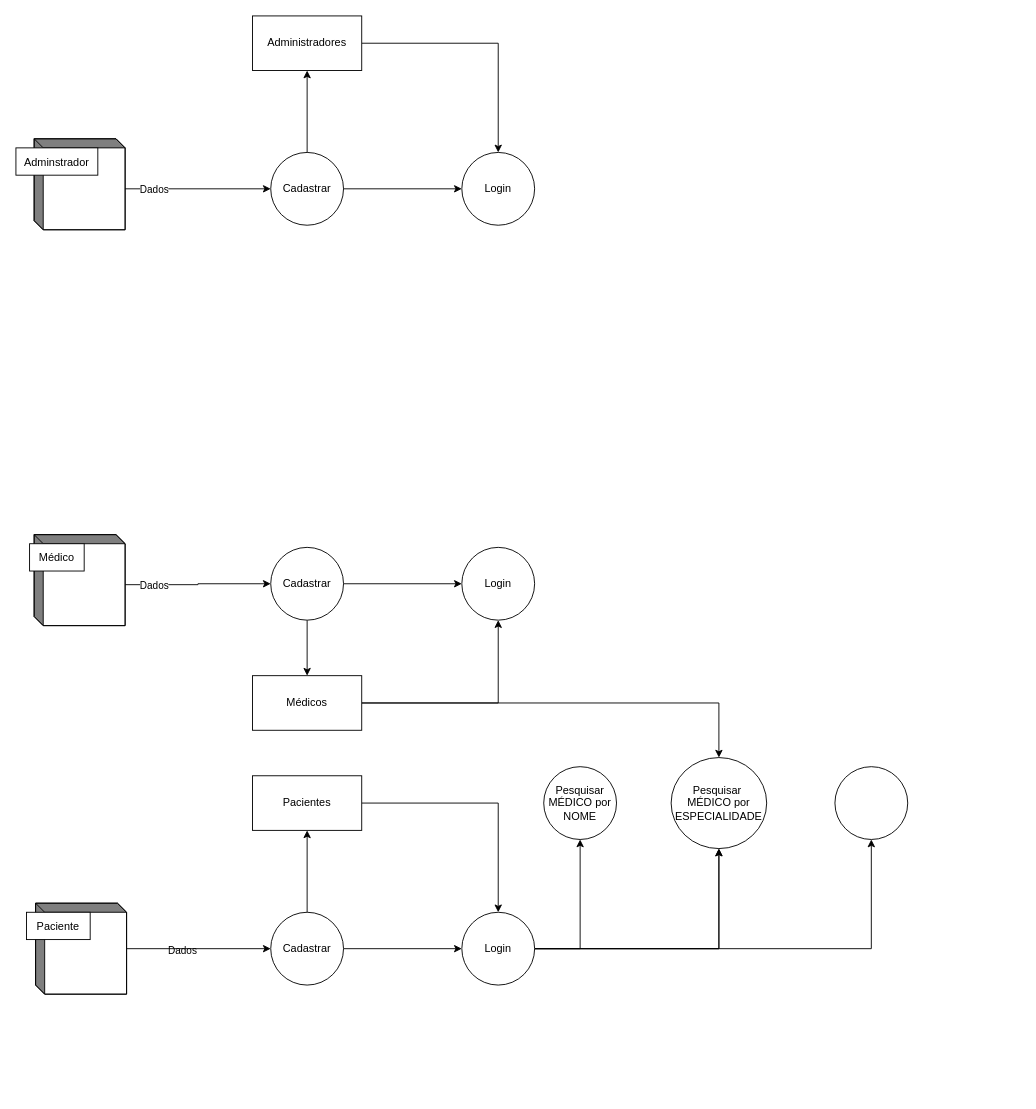
Desperate2Grow/Diagrams keeps this draw.io diagram as DFD – Sistema de Agendamento de Consultas.drawio. Above is the earlier version. Source tidied: cells renumbered, new cells numbered last; positions are measured from the earlier drawing's top-left corner, leaving out a move shared by most shapes. Both pictures are drawn from the tidied source at 91%, with x=0, y=0 at pixel (34, 15).
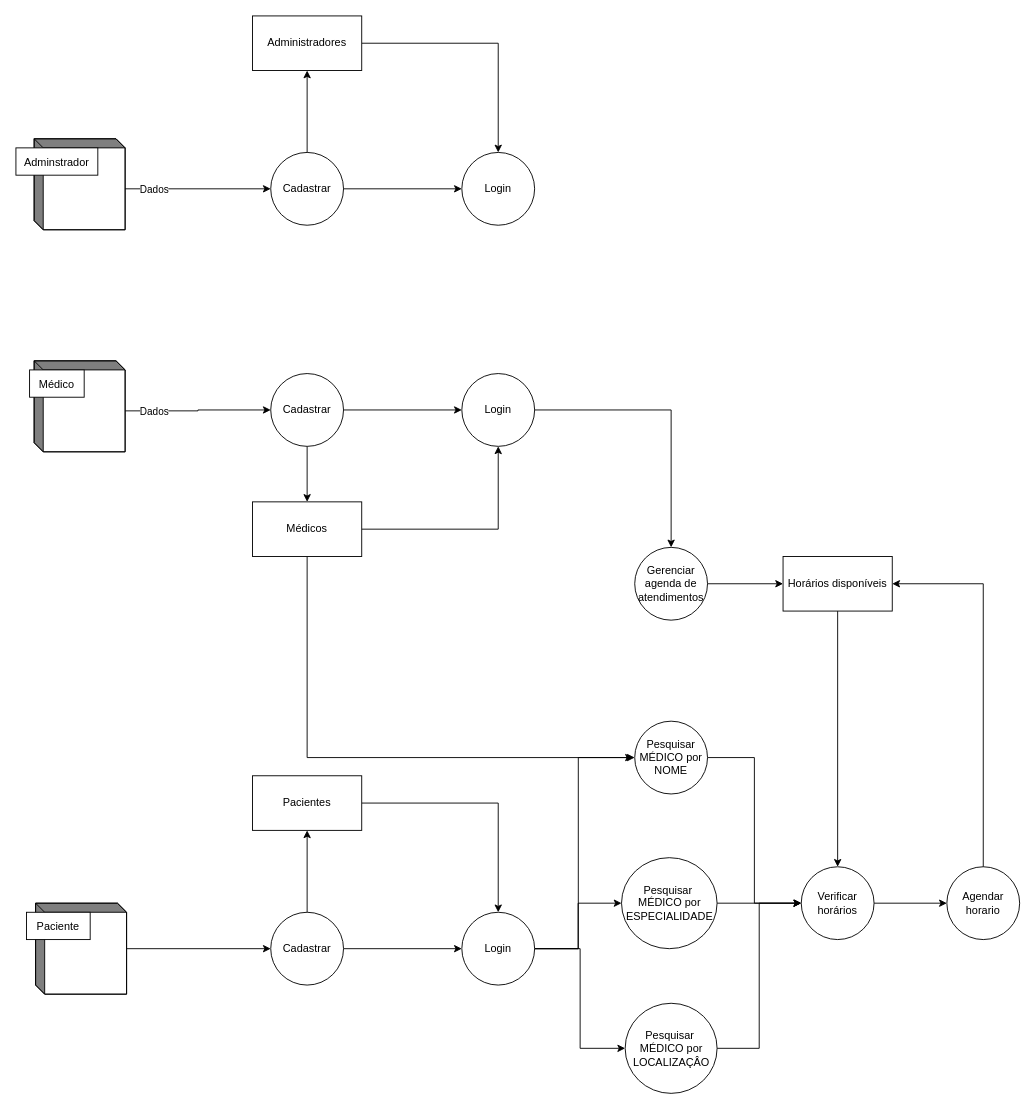
After the change.

Unchanged cells that the change refers to:
```xml
<mxCell id="2" style="edgeStyle=orthogonalEdgeStyle;rounded=0;jettySize=auto;html=1;exitX=0;exitY=0;exitDx=100;exitDy=55;exitPerimeter=0;entryX=0;entryY=0.5;entryDx=0;entryDy=0;" parent="1" edge="1" source="8" target="7">
  <mxGeometry relative="1" as="geometry" />
</mxCell>
<mxCell id="23" value="Login" style="ellipse;whiteSpace=wrap;html=1;dashed=0;" parent="1" vertex="1">
  <mxGeometry x="470" y="985" width="80" height="80" as="geometry" />
</mxCell>
```

Diff of the diagram source:
```diff
@@
-    <mxCell id="4" value="Dados" style="edgeLabel;html=1;align=center;verticalAlign=middle;" parent="2" vertex="1">
-      <mxGeometry x="-0.65" y="-1" relative="1" as="geometry">
-        <mxPoint x="34" y="400" as="offset" />
-      </mxGeometry>
-    </mxCell>
@@
     <mxCell id="7" value="Cadastrar" style="ellipse;whiteSpace=wrap;html=1;" parent="1" vertex="1">
-      <mxGeometry x="260" y="584" width="80" height="80" as="geometry" />
+      <mxGeometry x="260" y="393" width="80" height="80" as="geometry" />
     </mxCell>
     <mxCell id="8" style="html=1;dashed=0;whiteSpace=wrap;shape=mxgraph.dfd.externalEntity;" parent="1" vertex="1">
-      <mxGeometry y="570" width="100" height="100" as="geometry" />
+      <mxGeometry y="379" width="100" height="100" as="geometry" />
     </mxCell>
@@
+    <mxCell id="40" style="edgeStyle=orthogonalEdgeStyle;rounded=0;jettySize=auto;html=1;" parent="1" edge="1" source="15" target="50">
+      <mxGeometry relative="1" as="geometry" />
+    </mxCell>
     <mxCell id="15" value="Login" style="ellipse;whiteSpace=wrap;html=1;dashed=0;" parent="1" vertex="1">
-      <mxGeometry x="470" y="584" width="80" height="80" as="geometry" />
+      <mxGeometry x="470" y="393" width="80" height="80" as="geometry" />
     </mxCell>
@@
-    <mxCell id="19" style="edgeStyle=orthogonalEdgeStyle;rounded=0;jettySize=auto;html=1;" parent="1" edge="1" source="23" target="37">
-      <mxGeometry relative="1" as="geometry" />
-    </mxCell>
-    <mxCell id="20" style="edgeStyle=orthogonalEdgeStyle;rounded=0;jettySize=auto;html=1;" parent="1" edge="1" source="23" target="37">
-      <mxGeometry relative="1" as="geometry" />
-    </mxCell>
-    <mxCell id="21" style="edgeStyle=orthogonalEdgeStyle;rounded=0;jettySize=auto;html=1;" parent="1" edge="1" source="23" target="38">
-      <mxGeometry relative="1" as="geometry" />
-    </mxCell>
+    <mxCell id="41" style="edgeStyle=orthogonalEdgeStyle;rounded=0;jettySize=auto;html=1;entryX=0;entryY=0.5;entryDx=0;entryDy=0;" parent="1" edge="1" source="23" target="37">
+      <mxGeometry relative="1" as="geometry" />
+    </mxCell>
-    <mxCell id="22" style="edgeStyle=orthogonalEdgeStyle;rounded=0;jettySize=auto;html=1;" parent="1" edge="1" source="23" target="39">
-      <mxGeometry relative="1" as="geometry" />
+    <mxCell id="22" style="edgeStyle=orthogonalEdgeStyle;rounded=0;jettySize=auto;html=1;entryX=0;entryY=0.5;entryDx=0;entryDy=0;exitX=1;exitY=0.5;exitDx=0;exitDy=0;" parent="1" edge="1" source="23" target="39">
+      <mxGeometry relative="1" as="geometry">
+        <Array as="points">
+          <mxPoint x="600" y="1025" />
+          <mxPoint x="600" y="1135" />
+        </Array>
+      </mxGeometry>
     </mxCell>
+    <mxCell id="42" style="edgeStyle=orthogonalEdgeStyle;rounded=0;orthogonalLoop=1;jettySize=auto;html=1;entryX=0;entryY=0.5;entryDx=0;entryDy=0;" parent="1" edge="1">
+      <mxGeometry relative="1" as="geometry">
+        <mxPoint x="548" y="1025" as="sourcePoint" />
+        <mxPoint x="658" y="815" as="targetPoint" />
+        <Array as="points">
+          <mxPoint x="598" y="1025" />
+          <mxPoint x="598" y="815" />
+        </Array>
+      </mxGeometry>
+    </mxCell>
@@
-    <mxCell id="31" style="edgeStyle=orthogonalEdgeStyle;rounded=0;jettySize=auto;html=1;entryX=0.5;entryY=0;entryDx=0;entryDy=0;" parent="1" edge="1" source="32" target="37">
-      <mxGeometry relative="1" as="geometry" />
-    </mxCell>
+    <mxCell id="43" style="edgeStyle=orthogonalEdgeStyle;rounded=0;jettySize=auto;html=1;entryX=0;entryY=0.5;entryDx=0;entryDy=0;" parent="1" edge="1" source="32" target="38">
+      <mxGeometry relative="1" as="geometry">
+        <Array as="points">
+          <mxPoint x="300" y="815" />
+        </Array>
+      </mxGeometry>
+    </mxCell>
     <mxCell id="32" value="Médicos" style="whiteSpace=wrap;html=1;" parent="1" vertex="1">
-      <mxGeometry x="240" y="725" width="120" height="60" as="geometry" />
+      <mxGeometry x="240" y="534" width="120" height="60" as="geometry" />
     </mxCell>
@@
+    <mxCell id="44" style="edgeStyle=orthogonalEdgeStyle;rounded=0;jettySize=auto;html=1;entryX=0;entryY=0.5;entryDx=0;entryDy=0;" parent="1" edge="1" source="38" target="48">
+      <mxGeometry relative="1" as="geometry" />
+    </mxCell>
+    <mxCell id="38" value="Pesquisar MÉDICO por NOME" style="ellipse;whiteSpace=wrap;html=1;dashed=0;" parent="1" vertex="1">
+      <mxGeometry x="660" y="775" width="80" height="80" as="geometry" />
+    </mxCell>
+    <mxCell id="45" style="edgeStyle=orthogonalEdgeStyle;rounded=0;jettySize=auto;html=1;entryX=0;entryY=0.5;entryDx=0;entryDy=0;" parent="1" edge="1" source="39" target="48">
+      <mxGeometry relative="1" as="geometry" />
+    </mxCell>
+    <mxCell id="39" value="Pesquisar&amp;nbsp;&lt;div&gt;MÉDICO por LOCALIZAÇÂO&lt;/div&gt;" style="ellipse;whiteSpace=wrap;html=1;dashed=0;" parent="1" vertex="1">
+      <mxGeometry x="649.5" y="1085" width="101" height="99" as="geometry" />
+    </mxCell>
+    <mxCell id="46" style="edgeStyle=orthogonalEdgeStyle;rounded=0;jettySize=auto;html=1;" parent="1" edge="1" source="37" target="48">
+      <mxGeometry relative="1" as="geometry" />
+    </mxCell>
     <mxCell id="37" value="Pesquisar&amp;nbsp;&lt;div&gt;MÉDICO por ESPECIALIDADE&lt;/div&gt;" style="ellipse;whiteSpace=wrap;html=1;dashed=0;" parent="1" vertex="1">
-      <mxGeometry x="700" y="815" width="105" height="100" as="geometry" />
+      <mxGeometry x="645.5" y="925" width="105" height="100" as="geometry" />
     </mxCell>
-    <mxCell id="38" value="Pesquisar MÉDICO por NOME" style="ellipse;whiteSpace=wrap;html=1;dashed=0;" parent="1" vertex="1">
-      <mxGeometry x="560" y="825" width="80" height="80" as="geometry" />
-    </mxCell>
-    <mxCell id="39" style="ellipse;whiteSpace=wrap;html=1;dashed=0;" parent="1" vertex="1">
-      <mxGeometry x="880" y="825" width="80" height="80" as="geometry" />
-    </mxCell>
+    <mxCell id="47" style="edgeStyle=orthogonalEdgeStyle;rounded=0;jettySize=auto;html=1;" parent="1" edge="1" source="48" target="53">
+      <mxGeometry relative="1" as="geometry" />
+    </mxCell>
+    <mxCell id="48" value="Verificar horários" style="ellipse;whiteSpace=wrap;html=1;dashed=0;" parent="1" vertex="1">
+      <mxGeometry x="843" y="935" width="80" height="80" as="geometry" />
+    </mxCell>
+    <mxCell id="49" style="edgeStyle=orthogonalEdgeStyle;rounded=0;jettySize=auto;html=1;" parent="1" edge="1" source="50" target="52">
+      <mxGeometry relative="1" as="geometry" />
+    </mxCell>
+    <mxCell id="50" value="Gerenciar agenda de atendimentos" style="ellipse;whiteSpace=wrap;html=1;dashed=0;" parent="1" vertex="1">
+      <mxGeometry x="660" y="584" width="80" height="80" as="geometry" />
+    </mxCell>
+    <mxCell id="51" style="edgeStyle=orthogonalEdgeStyle;rounded=0;jettySize=auto;html=1;" parent="1" edge="1" source="52" target="48">
+      <mxGeometry relative="1" as="geometry" />
+    </mxCell>
+    <mxCell id="52" value="Horários disponíveis" style="whiteSpace=wrap;html=1;dashed=0;" parent="1" vertex="1">
+      <mxGeometry x="823" y="594" width="120" height="60" as="geometry" />
+    </mxCell>
+    <mxCell id="53" value="Agendar horario" style="ellipse;whiteSpace=wrap;html=1;dashed=0;" parent="1" vertex="1">
+      <mxGeometry x="1003" y="935" width="80" height="80" as="geometry" />
+    </mxCell>
+    <mxCell id="54" style="edgeStyle=orthogonalEdgeStyle;rounded=0;jettySize=auto;html=1;entryX=1;entryY=0.5;entryDx=0;entryDy=0;exitX=0.5;exitY=0;exitDx=0;exitDy=0;" parent="1" edge="1" source="53" target="52">
+      <mxGeometry relative="1" as="geometry" />
+    </mxCell>
```
